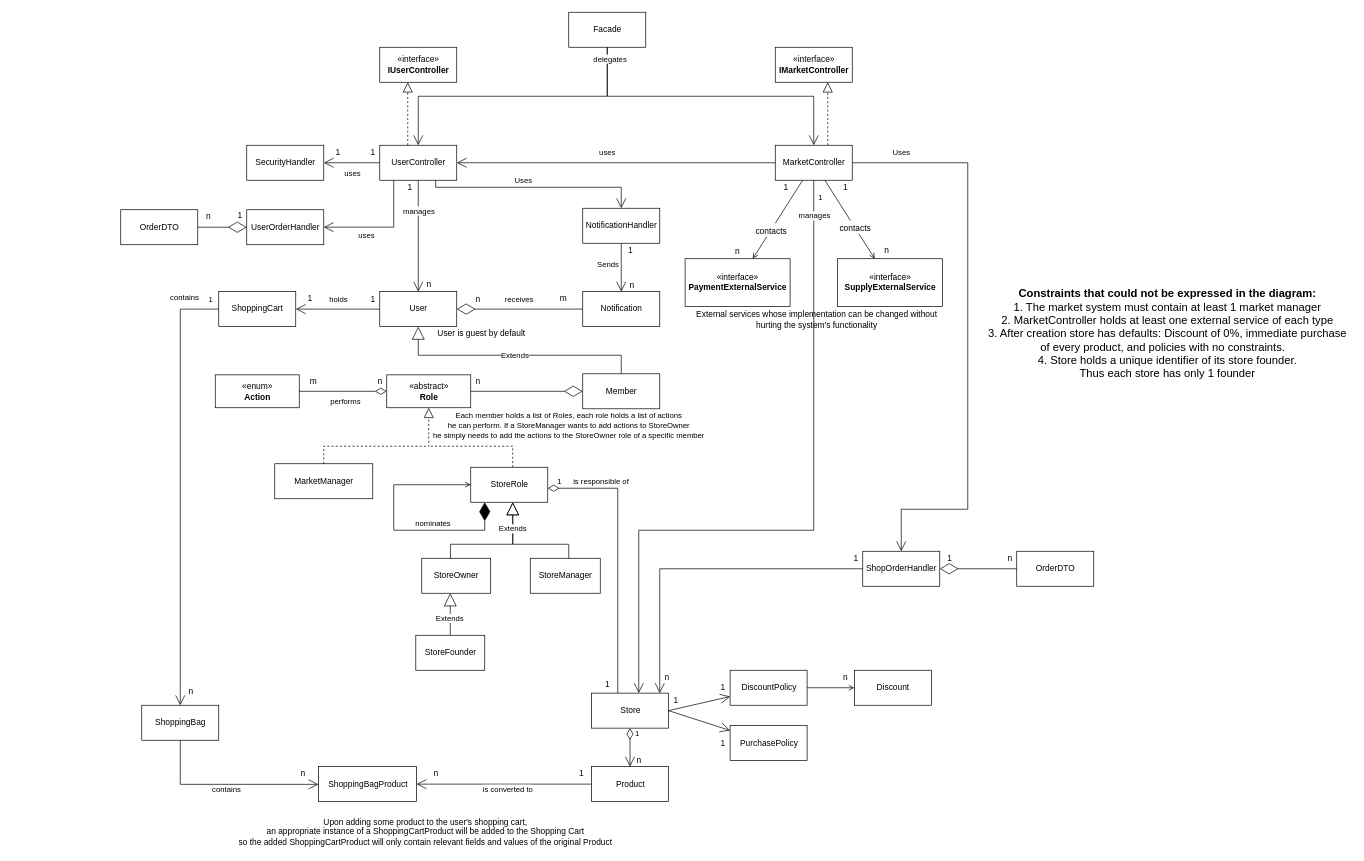
Above: page "White Diagram" (1 of 3) of Workshop.drawio in itaitzruia4/Workshop (draw.io), before the change. Source tidied: cells renumbered, new cells numbered last; positions are measured from the earlier drawing's top-left corner, leaving out a move shared by most shapes. Both pictures are drawn from the tidied source at 70%, with x=0, y=0 at pixel (12, 12).
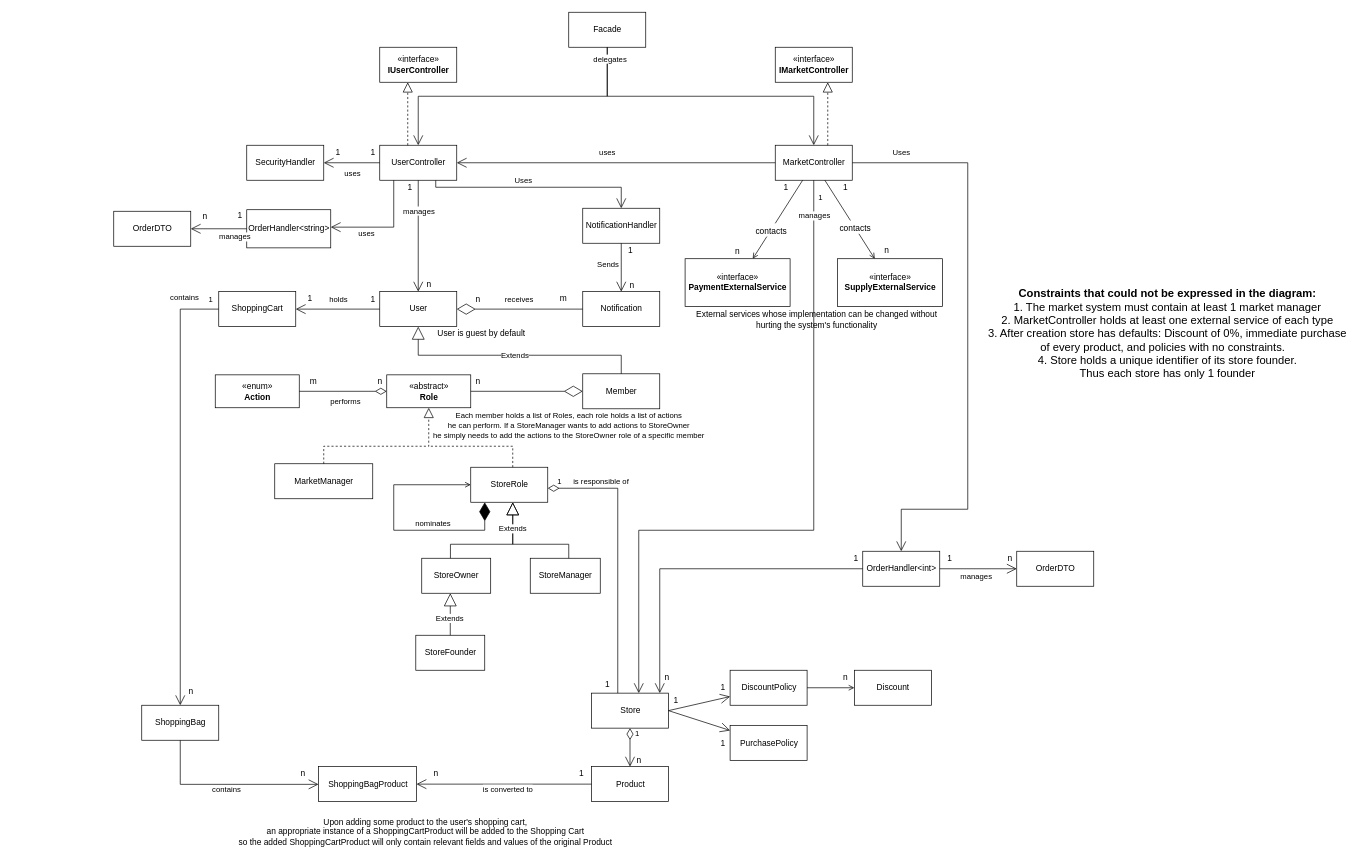
The same page after the edit.

Unchanged cells that the change refers to:
```xml
<mxCell id="75" value="OrderDTO" style="html=1;" parent="1" vertex="1">
  <mxGeometry x="1435" y="770" width="110" height="50" as="geometry" />
</mxCell>
```

Change to the diagram source:
```diff
@@
-    <mxCell id="108" value="ShopOrderHandler" style="html=1;" parent="1" vertex="1">
+    <mxCell id="108" value="OrderHandler&amp;lt;int&amp;gt;" style="html=1;" parent="1" vertex="1">
       <mxGeometry x="1215" y="770" width="110" height="50" as="geometry" />
     </mxCell>
-    <mxCell id="109" style="endArrow=diamondThin;endFill=0;endSize=24;html=1;rounded=0;edgeStyle=orthogonalEdgeStyle;" parent="1" edge="1" source="75" target="108">
-      <mxGeometry relative="1" as="geometry" />
-    </mxCell>
@@
-    <mxCell id="119" value="UserOrderHandler" style="html=1;" parent="1" vertex="1">
-      <mxGeometry x="335" y="282.1" width="110" height="50" as="geometry" />
+    <mxCell id="119" value="OrderHandler&amp;lt;string&amp;gt;" style="html=1;" parent="1" vertex="1">
+      <mxGeometry x="335" y="282.1" width="120" height="54.5" as="geometry" />
     </mxCell>
     <mxCell id="120" value="OrderDTO" style="html=1;" parent="1" vertex="1">
-      <mxGeometry x="155" y="282.1" width="110" height="50" as="geometry" />
+      <mxGeometry x="145" y="284.3" width="110" height="50" as="geometry" />
     </mxCell>
     <mxCell id="121" value="n" style="text;html=1;align=center;verticalAlign=middle;strokeColor=none;fillColor=none;" parent="1" vertex="1">
-      <mxGeometry x="270" y="282.1" width="20" height="20" as="geometry" />
+      <mxGeometry x="265" y="282.1" width="20" height="20" as="geometry" />
     </mxCell>
-    <mxCell id="122" style="endArrow=diamondThin;endFill=0;endSize=24;html=1;rounded=0;edgeStyle=orthogonalEdgeStyle;" parent="1" edge="1" source="120" target="119">
-      <mxGeometry relative="1" as="geometry" />
-    </mxCell>
@@
+    <mxCell id="128" style="endArrow=open;endFill=1;endSize=12;html=1;rounded=0;" parent="1" edge="1" source="119" target="120">
+      <mxGeometry relative="1" as="geometry" />
+    </mxCell>
+    <mxCell id="129" value="manages" style="edgeLabel;html=1;align=center;verticalAlign=middle;" parent="128" vertex="1">
+      <mxGeometry x="-0.59" y="1" relative="1" as="geometry">
+        <mxPoint x="-1" y="10" as="offset" />
+      </mxGeometry>
+    </mxCell>
+    <mxCell id="130" style="endArrow=open;endFill=1;endSize=12;html=1;rounded=0;" parent="1" edge="1" source="108" target="75">
+      <mxGeometry relative="1" as="geometry" />
+    </mxCell>
+    <mxCell id="131" value="manages" style="edgeLabel;html=1;align=center;verticalAlign=middle;" parent="130" vertex="1">
+      <mxGeometry x="-0.59" y="1" relative="1" as="geometry">
+        <mxPoint x="28" y="11" as="offset" />
+      </mxGeometry>
+    </mxCell>
```
